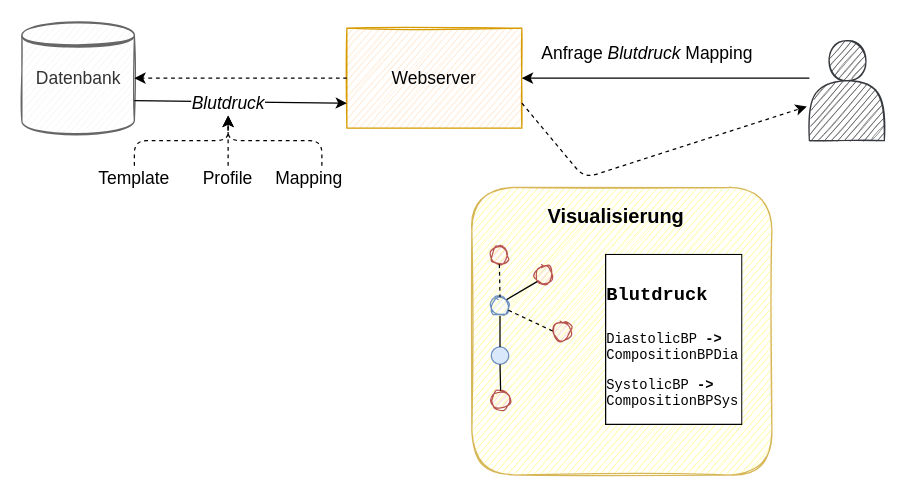
This is MaKonzept.drawio from jsachau/drawio, a draw.io file, before an edit. Source tidied: cells renumbered, new cells numbered last; positions are measured from the earlier drawing's top-left corner, leaving out a move shared by most shapes. Both pictures are drawn from the tidied source at 125%, with x=0, y=0 at pixel (21, 21).
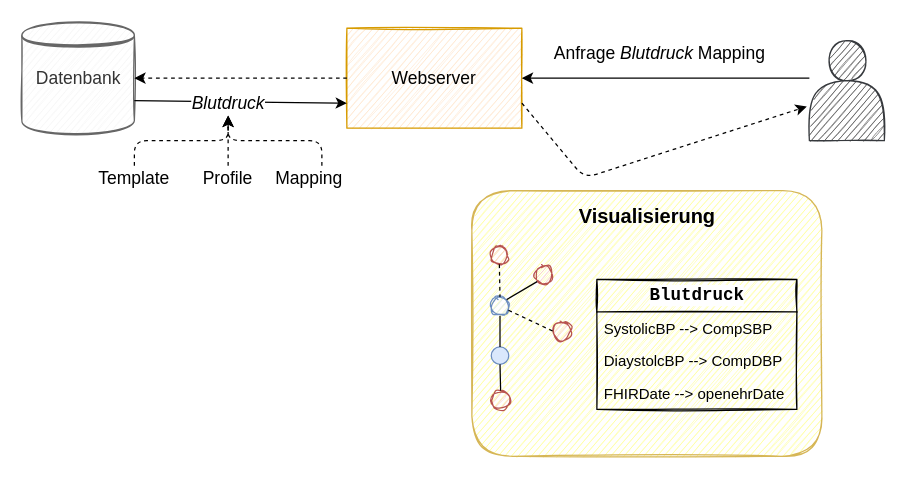
The same page after the edit.

Diff of the diagram source:
```diff
@@
     <mxCell id="5" value="Anfrage &lt;i style=&quot;font-size: 14px;&quot;&gt;Blutdruck&lt;/i&gt; Mapping" style="text;html=1;align=center;verticalAlign=middle;fontSize=14;" parent="1" vertex="1">
-      <mxGeometry x="410" y="15" width="180" height="20" as="geometry" />
+      <mxGeometry x="420" y="15" width="180" height="20" as="geometry" />
     </mxCell>
@@
     <mxCell id="10" style="rounded=1;whiteSpace=wrap;html=1;strokeColor=#d6b656;fillColor=#FFFF99;sketch=1;" parent="1" vertex="1">
-      <mxGeometry x="360" y="132.5" width="240" height="230" as="geometry" />
+      <mxGeometry x="360" y="135" width="280" height="212.5" as="geometry" />
     </mxCell>
@@
     <mxCell id="22" value="&lt;b&gt;&lt;font style=&quot;font-size: 16px&quot;&gt;Visualisierung&lt;/font&gt;&lt;/b&gt;" style="text;html=1;align=center;verticalAlign=middle;" parent="1" vertex="1">
-      <mxGeometry x="415" y="145" width="120" height="20" as="geometry" />
+      <mxGeometry x="440" y="145" width="120" height="20" as="geometry" />
     </mxCell>
@@
-    <mxCell id="29" value="&lt;h1&gt;&lt;font style=&quot;font-size: 15px&quot;&gt;Blutdruck&lt;/font&gt;&lt;/h1&gt;&lt;p style=&quot;font-size: 11px&quot;&gt;&lt;font style=&quot;font-size: 11px&quot;&gt;DiastolicBP &lt;b&gt;-&amp;gt;&lt;/b&gt; CompositionBPDia&lt;/font&gt;&lt;/p&gt;&lt;p style=&quot;font-size: 11px&quot;&gt;&lt;font style=&quot;font-size: 11px&quot;&gt;SystolicBP &lt;b&gt;-&amp;gt;&lt;/b&gt; CompositionBPSys&lt;/font&gt;&lt;/p&gt;" style="text;html=1;strokeColor=none;fillColor=none;spacing=5;spacingTop=-20;overflow=hidden;rounded=0;labelBackgroundColor=#ffffff;sketch=0;shadow=0;whiteSpace=wrap;labelBorderColor=#000000;horizontal=1;verticalAlign=middle;fontFamily=Courier New;" parent="1" vertex="1">
-      <mxGeometry x="462" y="194" width="118" height="140.1" as="geometry" />
-    </mxCell>
@@
+    <mxCell id="32" value="&lt;b&gt;Blutdruck&lt;/b&gt;" style="swimlane;fontStyle=0;horizontal=1;startSize=26;fillColor=none;rounded=0;shadow=0;labelBackgroundColor=#ffffff;sketch=1;fontFamily=Courier New;fontSize=14;html=1;" parent="1" vertex="1">
+      <mxGeometry x="460" y="206" width="160" height="104" as="geometry" />
+    </mxCell>
+    <mxCell id="33" value="SystolicBP --&gt; CompSBP" style="text;strokeColor=none;fillColor=none;align=left;verticalAlign=top;spacingLeft=4;spacingRight=4;overflow=hidden;" parent="32" vertex="1">
+      <mxGeometry y="26" width="160" height="26" as="geometry" />
+    </mxCell>
+    <mxCell id="34" value="DiaystolcBP --&gt; CompDBP" style="text;strokeColor=none;fillColor=none;align=left;verticalAlign=top;spacingLeft=4;spacingRight=4;overflow=hidden;" parent="32" vertex="1">
+      <mxGeometry y="52" width="160" height="26" as="geometry" />
+    </mxCell>
+    <mxCell id="35" value="FHIRDate --&gt; openehrDate" style="text;strokeColor=none;fillColor=none;align=left;verticalAlign=top;spacingLeft=4;spacingRight=4;overflow=hidden;" parent="32" vertex="1">
+      <mxGeometry y="78" width="160" height="26" as="geometry" />
+    </mxCell>
```
